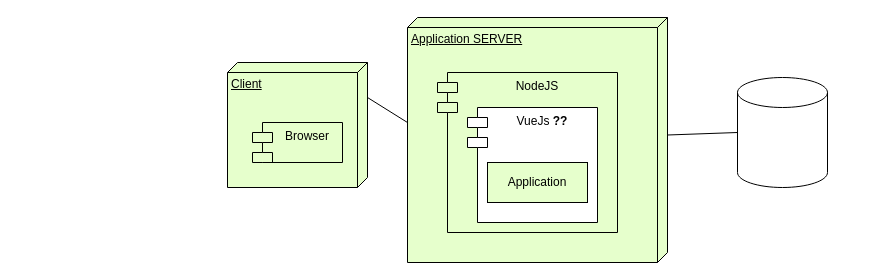
This is page "architecture" (1 of 7) of UML_diagrams.drawio from IlonaBaran/oracles, a draw.io file, before an edit. Source tidied: cells renumbered, new cells numbered last; positions are measured from the earlier drawing's top-left corner, leaving out a move shared by most shapes. Both pictures are drawn from the tidied source at 100%, with x=0, y=0 at pixel (227, 17).
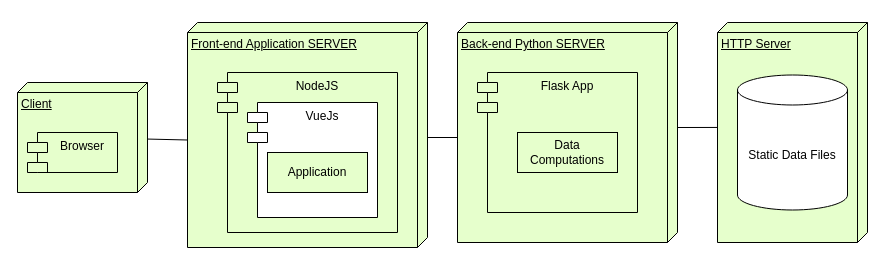
Above is the later version.

Diff of the diagram source:
```diff
@@
 <mxGraphModel>
   <root>
     <mxCell id="0" />
     <mxCell id="1" parent="0" />
     <mxCell id="2" value="Client" style="verticalAlign=top;align=left;spacingTop=8;spacingLeft=2;spacingRight=12;shape=cube;size=10;direction=south;fontStyle=4;html=1;whiteSpace=wrap;fillColor=#E6FFCC;" parent="1" vertex="1">
-      <mxGeometry y="45" width="140" height="125" as="geometry" />
+      <mxGeometry x="-210" y="65" width="130" height="110" as="geometry" />
     </mxCell>
-    <mxCell id="3" value="Application SERVER" style="verticalAlign=top;align=left;spacingTop=8;spacingLeft=2;spacingRight=12;shape=cube;size=10;direction=south;fontStyle=4;html=1;whiteSpace=wrap;fillColor=#E6FFCC;" parent="1" vertex="1">
-      <mxGeometry x="180" width="260" height="245" as="geometry" />
+    <mxCell id="3" value="Front-end Application SERVER" style="verticalAlign=top;align=left;spacingTop=8;spacingLeft=2;spacingRight=12;shape=cube;size=10;direction=south;fontStyle=4;html=1;whiteSpace=wrap;fillColor=#E6FFCC;" parent="1" vertex="1">
+      <mxGeometry x="-40" y="5" width="240" height="225" as="geometry" />
     </mxCell>
     <mxCell id="4" value="NodeJS" style="shape=module;align=left;spacingLeft=20;align=center;verticalAlign=top;whiteSpace=wrap;html=1;fillColor=#E6FFCC;" parent="1" vertex="1">
-      <mxGeometry x="210" y="55" width="180" height="160" as="geometry" />
+      <mxGeometry x="-10" y="55" width="180" height="160" as="geometry" />
     </mxCell>
-    <mxCell id="5" value="&lt;div&gt;VueJs &lt;b&gt;??&lt;/b&gt;&lt;/div&gt;&lt;div&gt;&lt;br&gt;&lt;/div&gt;" style="shape=module;align=left;spacingLeft=20;align=center;verticalAlign=top;whiteSpace=wrap;html=1;" parent="1" vertex="1">
-      <mxGeometry x="240" y="90" width="130" height="115" as="geometry" />
+    <mxCell id="5" value="&lt;div&gt;VueJs&lt;/div&gt;&lt;div&gt;&lt;br&gt;&lt;/div&gt;" style="shape=module;align=left;spacingLeft=20;align=center;verticalAlign=top;whiteSpace=wrap;html=1;" parent="1" vertex="1">
+      <mxGeometry x="20" y="85" width="130" height="115" as="geometry" />
     </mxCell>
     <mxCell id="6" value="Application " style="rounded=0;whiteSpace=wrap;html=1;fillColor=#E6FFCC;" parent="1" vertex="1">
-      <mxGeometry x="260" y="145" width="100" height="40" as="geometry" />
+      <mxGeometry x="40" y="135" width="100" height="40" as="geometry" />
     </mxCell>
-    <mxCell id="7" style="endArrow=none;html=1;rounded=0;entryX=0;entryY=0;entryDx=35;entryDy=0;entryPerimeter=0;" parent="1" edge="1" target="2">
-      <mxGeometry relative="1" as="geometry">
-        <mxPoint x="180" y="105" as="sourcePoint" />
-      </mxGeometry>
+    <mxCell id="7" style="endArrow=none;html=1;rounded=0;exitX=0;exitY=0;exitDx=117.5;exitDy=240;exitPerimeter=0;" parent="1" edge="1" source="3" target="2">
+      <mxGeometry relative="1" as="geometry" />
     </mxCell>
     <mxCell id="8" value="Browser" style="shape=module;align=left;spacingLeft=20;align=center;verticalAlign=top;whiteSpace=wrap;html=1;fillColor=#E6FFCC;" parent="1" vertex="1">
-      <mxGeometry x="25" y="105" width="90" height="40" as="geometry" />
+      <mxGeometry x="-200" y="115" width="90" height="40" as="geometry" />
     </mxCell>
-    <mxCell id="9" style="shape=cylinder3;whiteSpace=wrap;html=1;boundedLbl=1;backgroundOutline=1;size=15;" parent="1" vertex="1">
-      <mxGeometry x="510" y="60" width="90" height="110" as="geometry" />
-    </mxCell>
-    <mxCell id="10" style="endArrow=none;html=1;rounded=0;entryX=0;entryY=0;entryDx=117.5;entryDy=0;entryPerimeter=0;exitX=0;exitY=0.5;exitDx=0;exitDy=0;exitPerimeter=0;" parent="1" edge="1" source="9" target="3">
-      <mxGeometry relative="1" as="geometry" />
-    </mxCell>
+    <mxCell id="11" value="HTTP Server" style="verticalAlign=top;align=left;spacingTop=8;spacingLeft=2;spacingRight=12;shape=cube;size=10;direction=south;fontStyle=4;html=1;whiteSpace=wrap;fillColor=#E6FFCC;" parent="1" vertex="1">
+      <mxGeometry x="490" y="5" width="150" height="220" as="geometry" />
+    </mxCell>
+    <mxCell id="12" value="Static Data Files" style="shape=cylinder3;whiteSpace=wrap;html=1;boundedLbl=1;backgroundOutline=1;size=15;" parent="1" vertex="1">
+      <mxGeometry x="510" y="57.5" width="110" height="135" as="geometry" />
+    </mxCell>
+    <mxCell id="13" value="Back-end Python SERVER" style="verticalAlign=top;align=left;spacingTop=8;spacingLeft=2;spacingRight=12;shape=cube;size=10;direction=south;fontStyle=4;html=1;whiteSpace=wrap;fillColor=#E6FFCC;" parent="1" vertex="1">
+      <mxGeometry x="230" y="5" width="220" height="220" as="geometry" />
+    </mxCell>
+    <mxCell id="14" value="Flask App" style="shape=module;align=left;spacingLeft=20;align=center;verticalAlign=top;whiteSpace=wrap;html=1;fillColor=#E6FFCC;" parent="1" vertex="1">
+      <mxGeometry x="250" y="55" width="160" height="140" as="geometry" />
+    </mxCell>
+    <mxCell id="15" value="&lt;div&gt;Data &lt;br&gt;Computations&lt;br&gt;&lt;/div&gt;" style="rounded=0;whiteSpace=wrap;html=1;fillColor=#E6FFCC;" parent="1" vertex="1">
+      <mxGeometry x="290" y="115" width="100" height="40" as="geometry" />
+    </mxCell>
+    <mxCell id="16" style="endArrow=none;html=1;rounded=0;exitX=0;exitY=0;exitDx=115;exitDy=220;exitPerimeter=0;" parent="1" edge="1" source="13">
+      <mxGeometry relative="1" as="geometry">
+        <mxPoint x="200" y="120" as="targetPoint" />
+      </mxGeometry>
+    </mxCell>
+    <mxCell id="17" style="endArrow=none;html=1;rounded=0;exitX=0.477;exitY=1;exitDx=0;exitDy=0;exitPerimeter=0;entryX=0;entryY=0;entryDx=105;entryDy=0;entryPerimeter=0;" parent="1" edge="1" source="11" target="13">
+      <mxGeometry relative="1" as="geometry" />
+    </mxCell>
   </root>
 </mxGraphModel>
```
